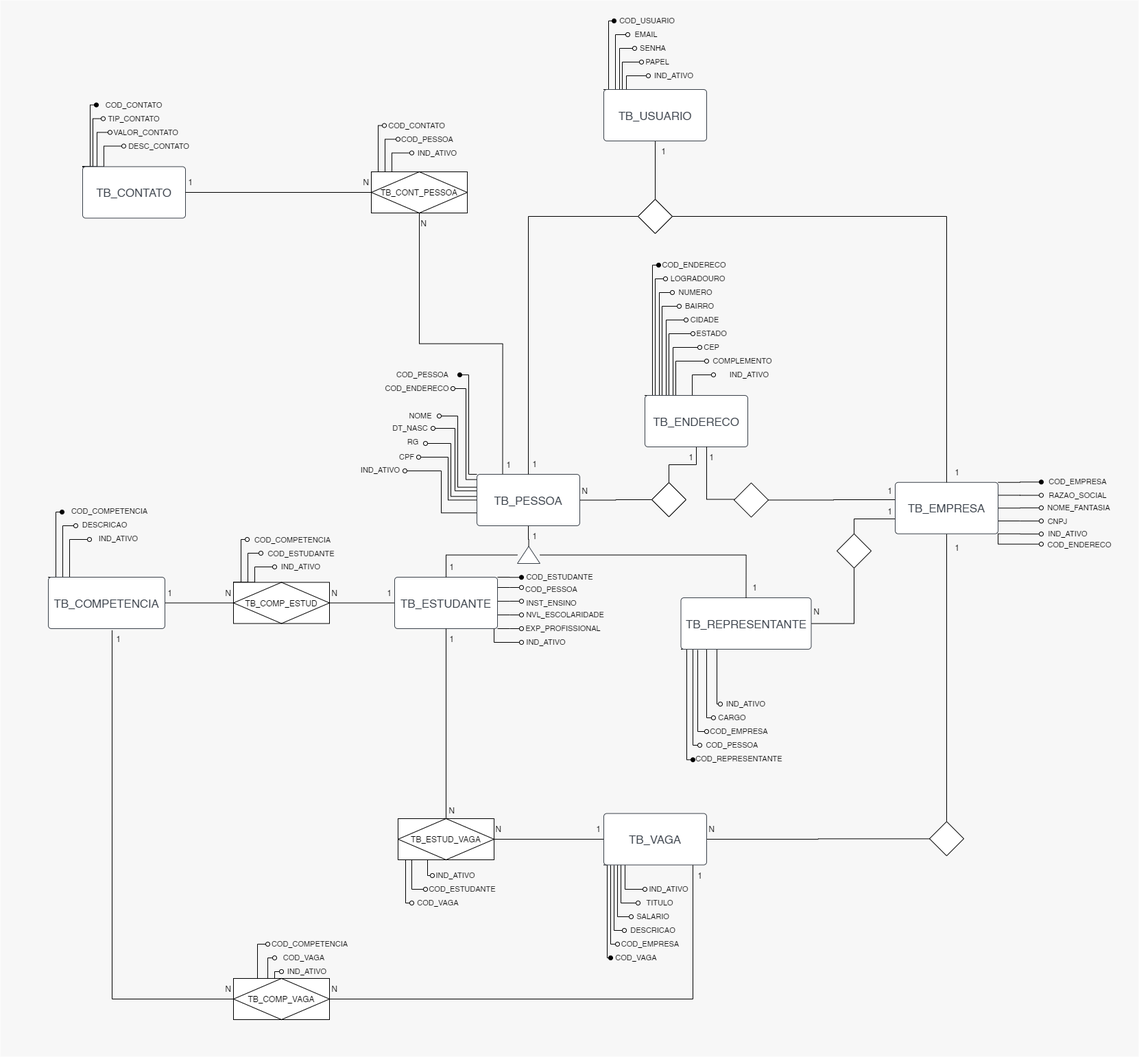
Before: imagens/mer-estagiei.png, a diagram exported from draw.io (EquipeWeCode/documentos). Source tidied: cells renumbered, new cells last; positions are measured from the earlier drawing's top-left corner, leaving out a move shared by most shapes.
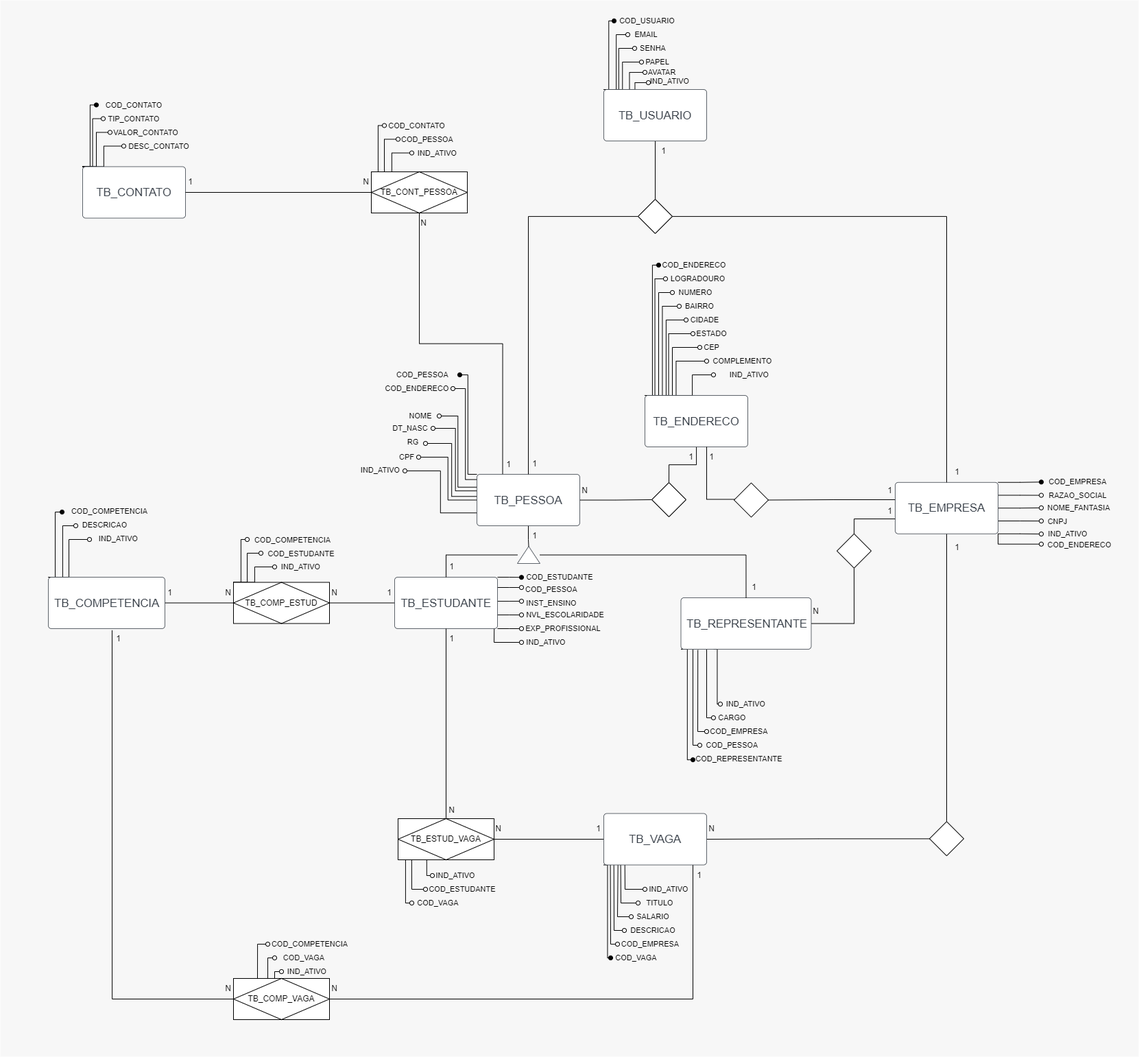
The same file after the commit.

Commit message:
adiciona imagens atualizadas do MER e DER incluindo comp_vaga e campo avatar

The edit, as a diff of the source:
```diff
@@ -179,11 +179,19 @@
         <mxPoint x="935" y="90" as="targetPoint" />
       </mxGeometry>
     </mxCell>
-    <mxCell id="39" style="edgeStyle=elbowEdgeStyle;rounded=0;jettySize=auto;html=1;exitX=0;exitY=0;exitDx=0;exitDy=0;fontSize=11;startArrow=none;startFill=0;endArrow=oval;endFill=0;" parent="1" edge="1" source="40">
+    <mxCell id="39" style="edgeStyle=elbowEdgeStyle;rounded=0;jettySize=auto;html=1;exitX=0.183;exitY=0.007;exitDx=0;exitDy=0;fontSize=11;startArrow=none;startFill=0;endArrow=oval;endFill=0;exitPerimeter=0;" parent="1" edge="1" source="40">
       <mxGeometry relative="1" as="geometry">
-        <mxPoint x="945" y="110" as="targetPoint" />
+        <mxPoint x="945" y="120" as="targetPoint" />
       </mxGeometry>
     </mxCell>
+    <mxCell id="200" style="edgeStyle=orthogonalEdgeStyle;rounded=0;jettySize=auto;html=1;exitX=0.25;exitY=0;exitDx=0;exitDy=0;endArrow=oval;endFill=0;" parent="1" edge="1" source="40">
+      <mxGeometry relative="1" as="geometry">
+        <mxPoint x="940" y="105" as="targetPoint" />
+        <Array as="points">
+          <mxPoint x="918" y="105" />
+        </Array>
+      </mxGeometry>
+    </mxCell>
     <mxCell id="40" value="TB_USUARIO" style="html=1;overflow=block;blockSpacing=1;whiteSpace=wrap;fontSize=16.7;fontColor=#3a414a;spacing=9;strokeColor=#3a414a;strokeOpacity=100;rounded=1;absoluteArcSize=1;arcSize=9;strokeWidth=0.8;" parent="1" vertex="1">
       <mxGeometry x="880" y="130" width="150" height="75" as="geometry" />
     </mxCell>
@@ -562,7 +570,7 @@
       <mxGeometry x="940.5" y="80" width="34.5" height="20" as="geometry" />
     </mxCell>
     <mxCell id="135" value="IND_ATIVO" style="text;html=1;strokeColor=none;fillColor=none;align=center;verticalAlign=middle;whiteSpace=wrap;rounded=0;fontSize=11;" parent="1" vertex="1">
-      <mxGeometry x="954.9" y="100" width="55.2" height="20" as="geometry" />
+      <mxGeometry x="949" y="108" width="55.2" height="20" as="geometry" />
     </mxCell>
     <mxCell id="136" value="COD_EMPRESA" style="text;html=1;strokeColor=none;fillColor=none;align=center;verticalAlign=middle;whiteSpace=wrap;rounded=0;fontSize=11;" parent="1" vertex="1">
       <mxGeometry x="1528" y="691.8" width="86.5" height="20" as="geometry" />
@@ -784,5 +792,8 @@
     <mxCell id="199" value="1" style="text;html=1;strokeColor=none;fillColor=none;align=center;verticalAlign=middle;whiteSpace=wrap;rounded=0;" parent="1" vertex="1">
       <mxGeometry x="1012.5" y="1261" width="15" height="30" as="geometry" />
     </mxCell>
+    <mxCell id="201" value="AVATAR" style="text;html=1;strokeColor=none;fillColor=none;align=center;verticalAlign=middle;whiteSpace=wrap;rounded=0;fontSize=11;" parent="1" vertex="1">
+      <mxGeometry x="942" y="95" width="46" height="20" as="geometry" />
+    </mxCell>
   </root>
 </mxGraphModel>
```
